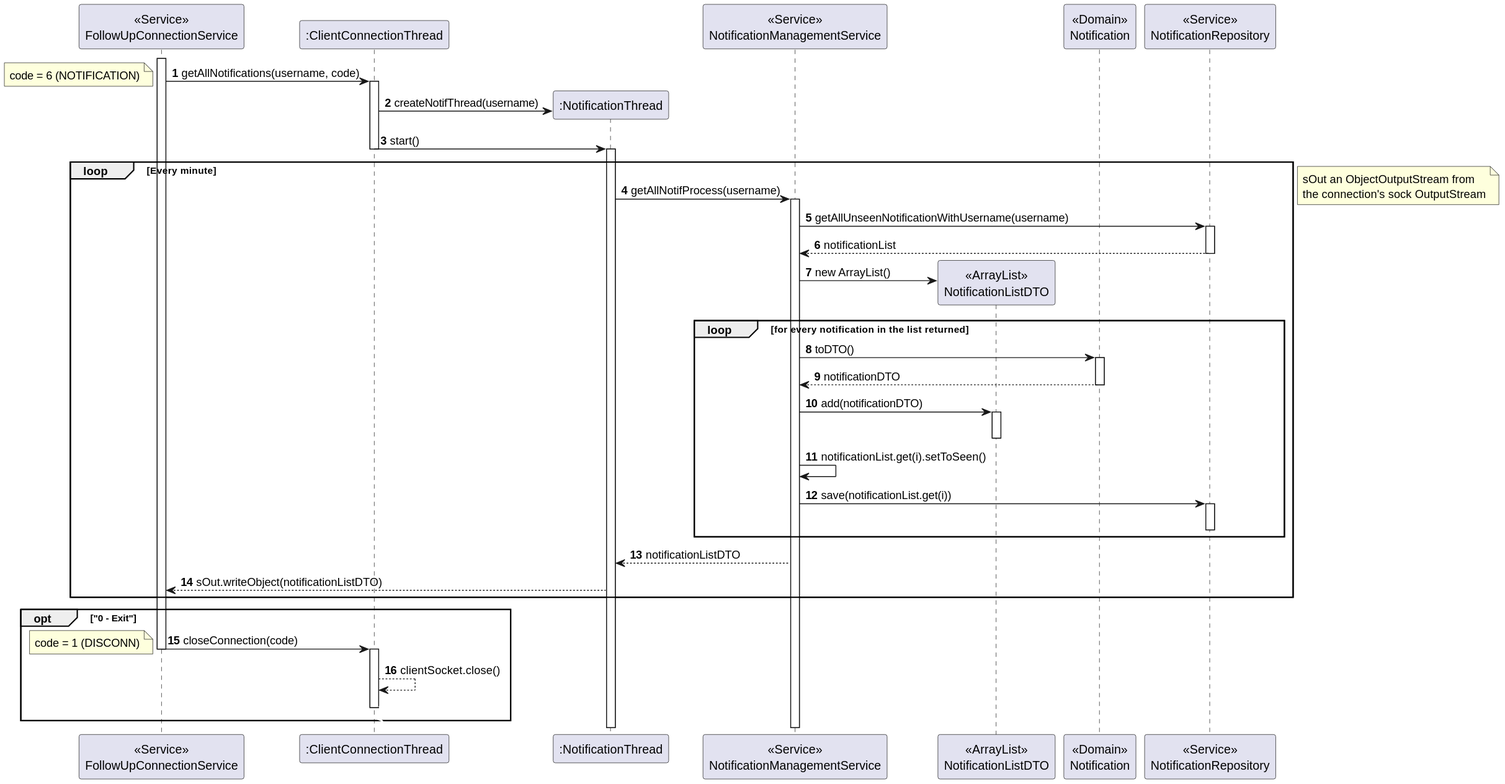
rita-barbosa/LAPR4-2324 keeps this PlantUML diagram as docs/sprint-c/us_3001/US3001_SD/US3001_SD_Server_To_Repo.svg. Above is the earlier version.
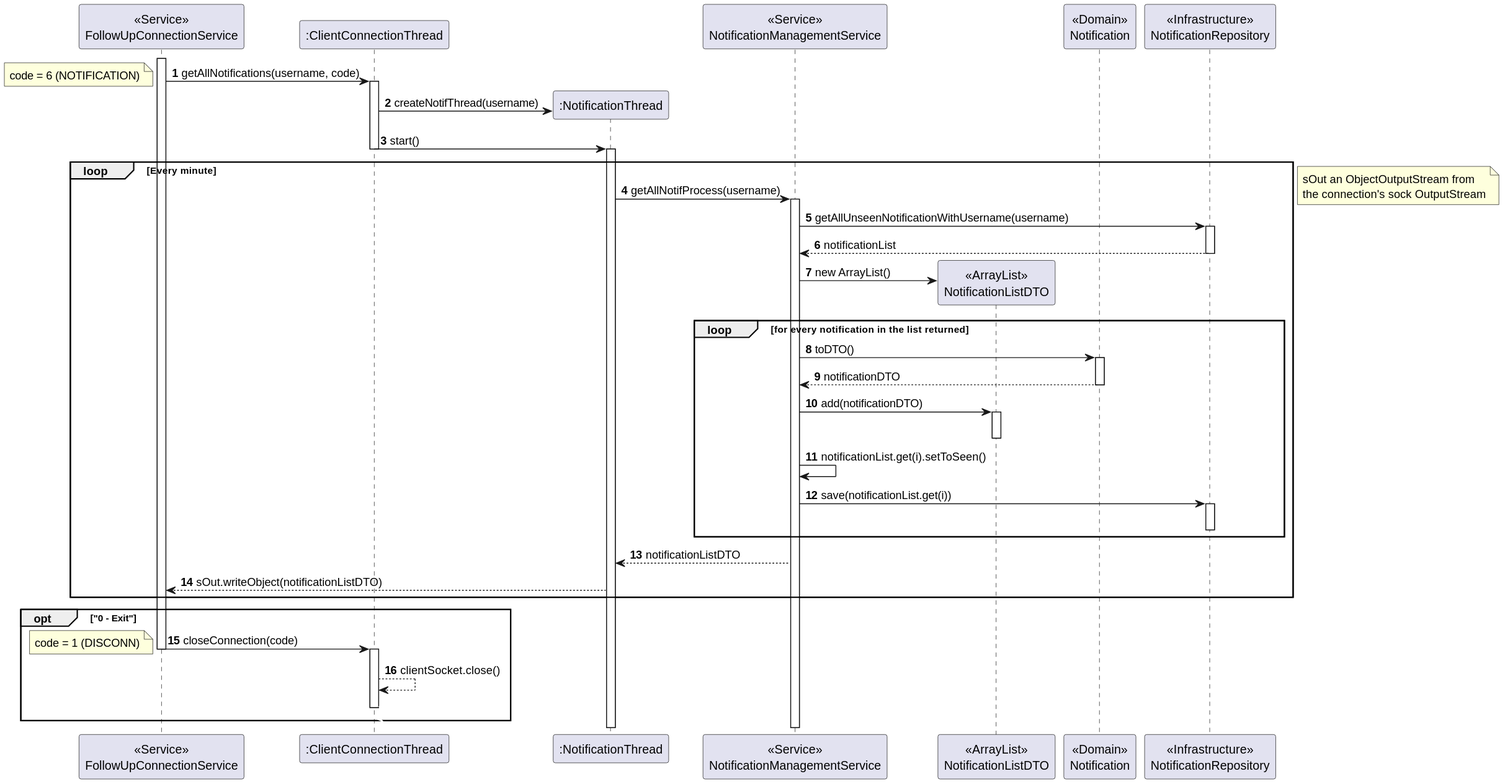
Above is the later version.

Commit message:
docs: Updated SD [Perspective of server] of US 3001.

[#191]

Change to the diagram source:
```diff
@@ -8,7 +8,7 @@
 participant "<<Service>>\nNotificationManagementService" as NS
 participant "<<ArrayList>>\nNotificationListDTO" as LIST
 participant "<<Domain>>\nNotification" as N
-participant "<<Service>>\nNotificationRepository" as NREPO
+participant "<<Infrastructure>>\nNotificationRepository" as NREPO
 
 activate SER
 
```
